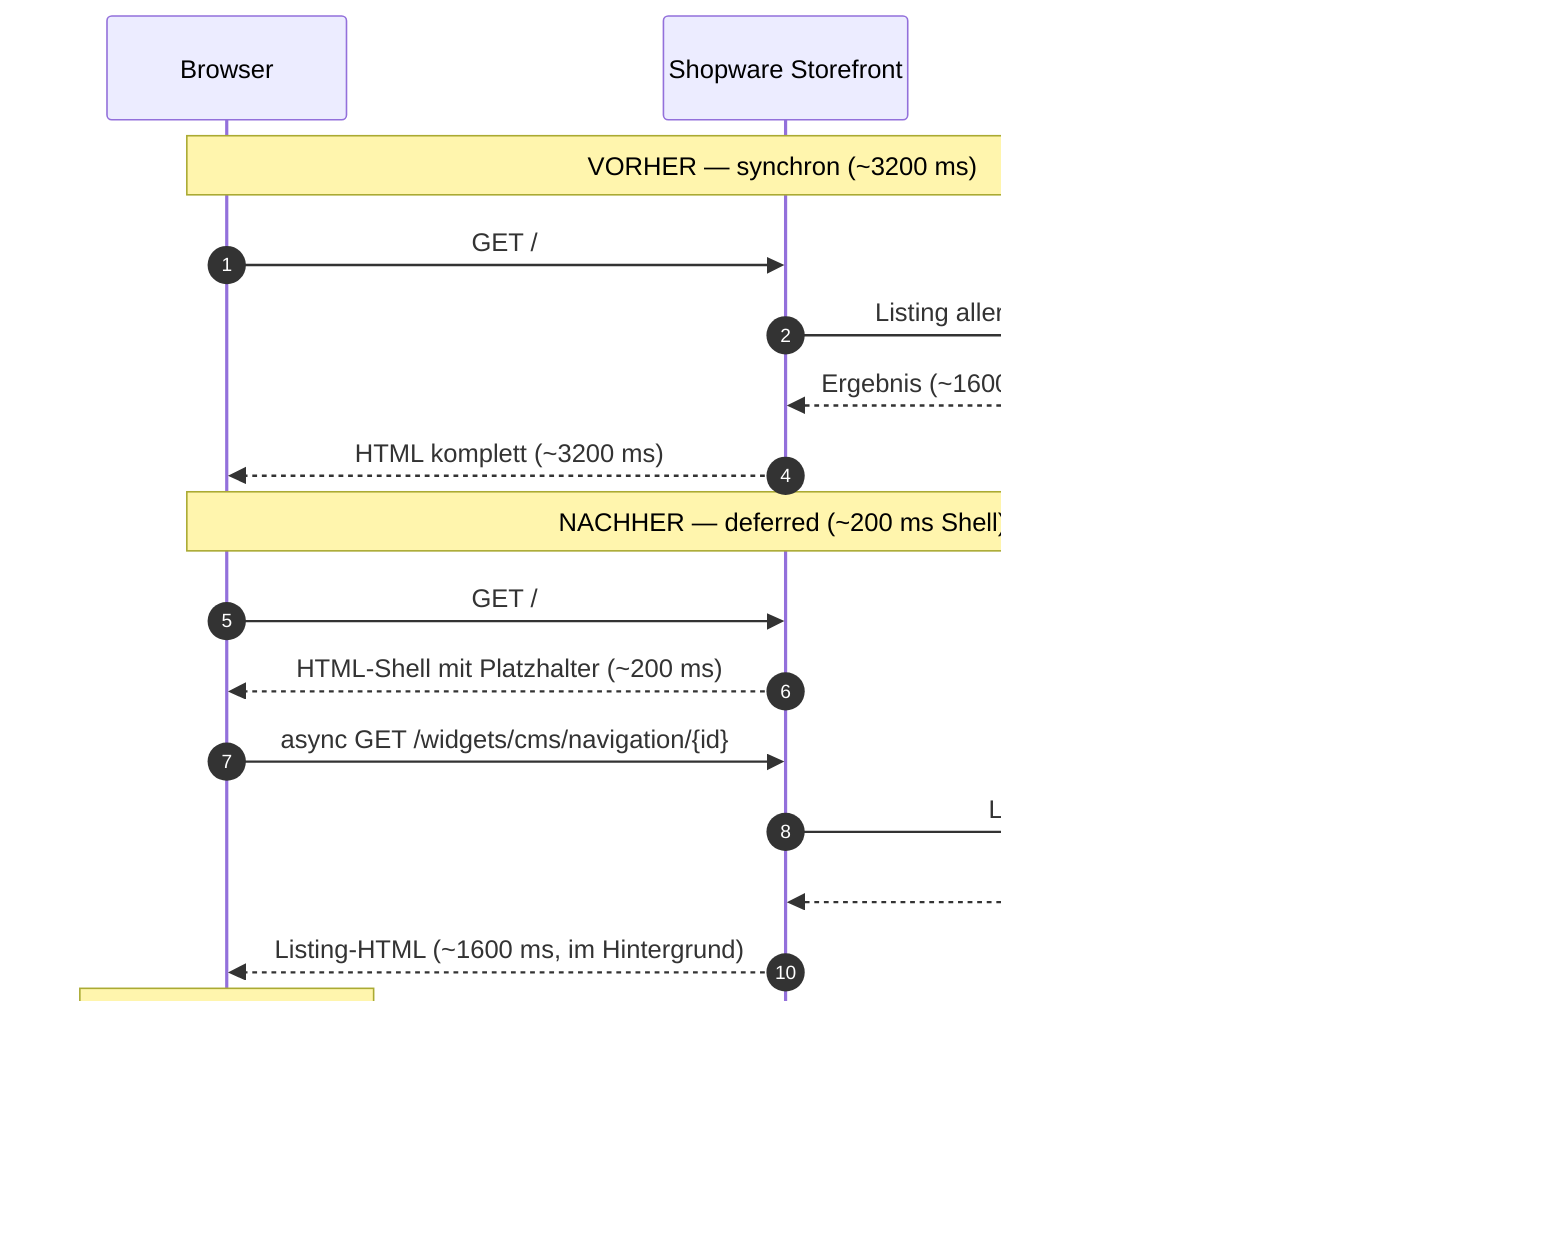
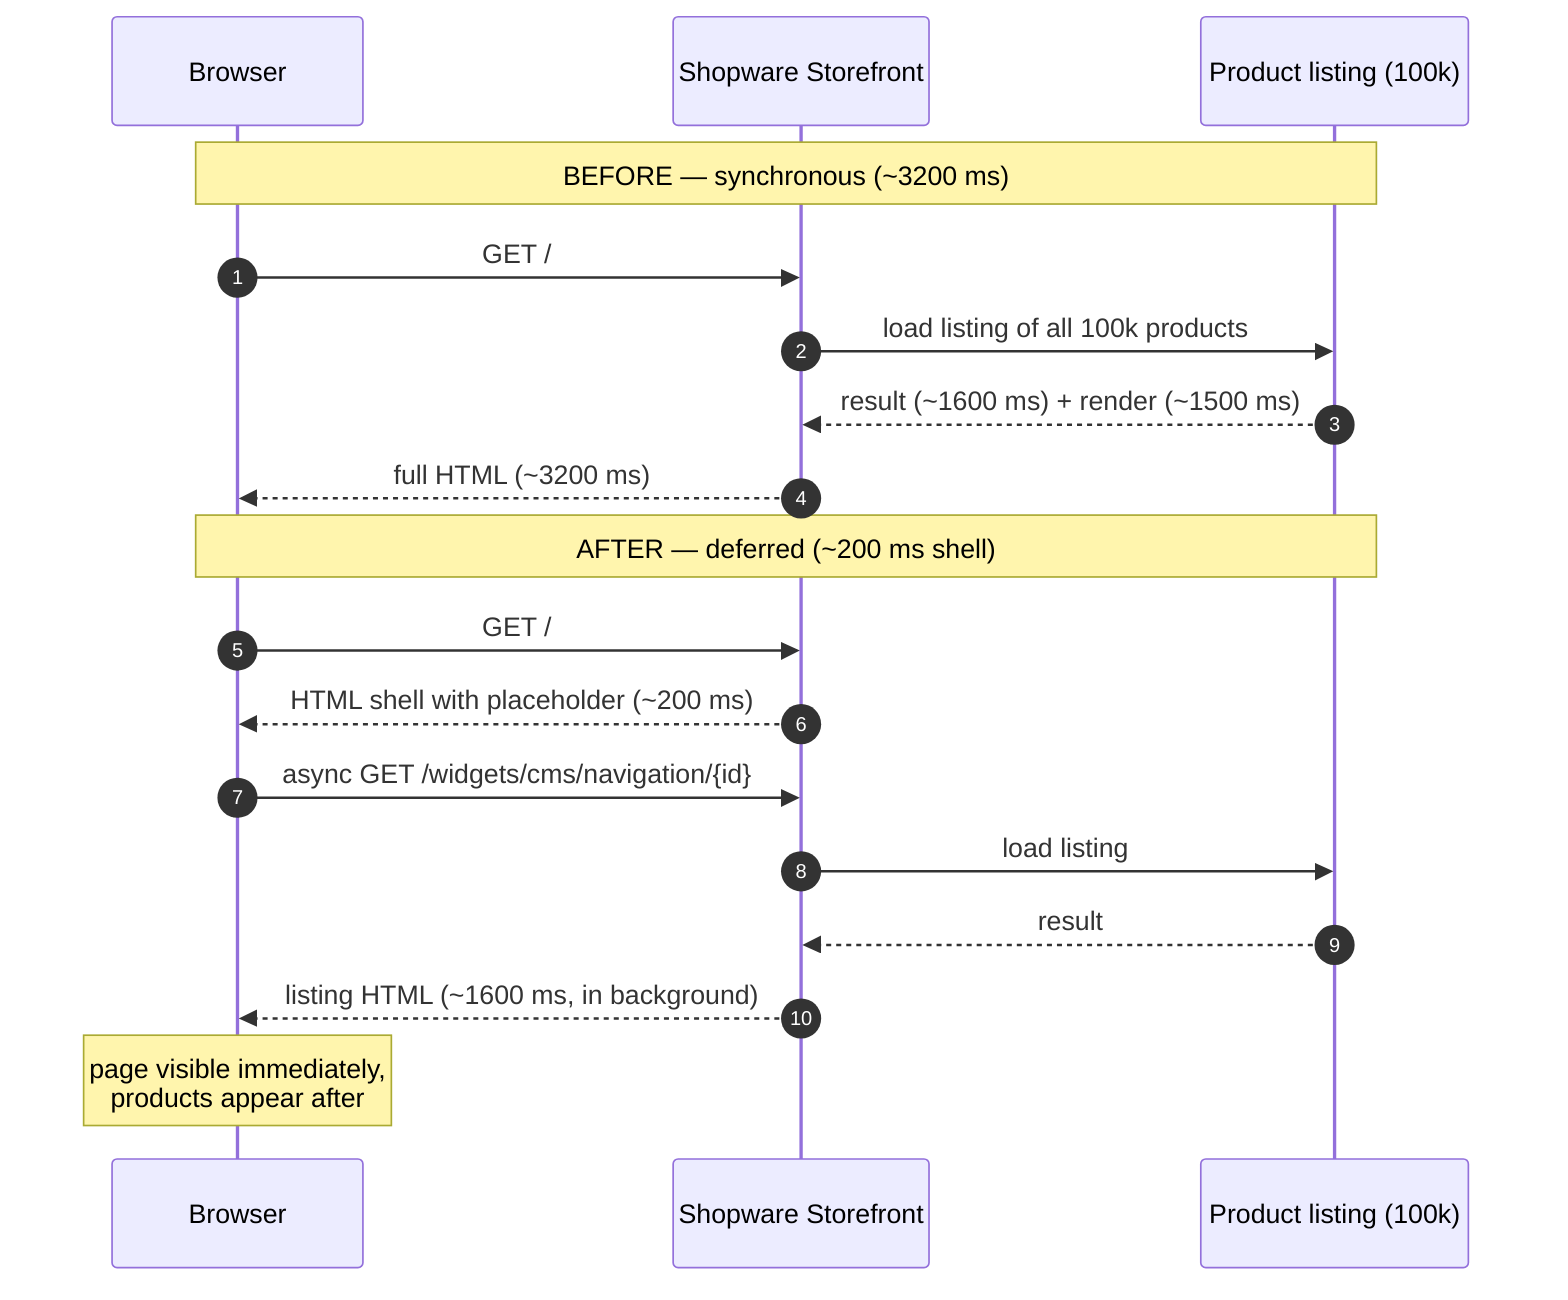
sequenceDiagram
    autonumber
    participant B as Browser
    participant S as Shopware Storefront
-     participant L as Produkt-Listing (100k)
+     participant L as Product listing (100k)

-     Note over B,L: VORHER — synchron (~3200 ms)
+     Note over B,L: BEFORE — synchronous (~3200 ms)
    B->>S: GET /
-     S->>L: Listing aller 100k Produkte laden
-     L-->>S: Ergebnis (~1600 ms) + Render (~1500 ms)
-     S-->>B: HTML komplett (~3200 ms)
+     S->>L: load listing of all 100k products
+     L-->>S: result (~1600 ms) + render (~1500 ms)
+     S-->>B: full HTML (~3200 ms)

-     Note over B,L: NACHHER — deferred (~200 ms Shell)
+     Note over B,L: AFTER — deferred (~200 ms shell)
    B->>S: GET /
-     S-->>B: HTML-Shell mit Platzhalter (~200 ms)
+     S-->>B: HTML shell with placeholder (~200 ms)
    B->>S: async GET /widgets/cms/navigation/{id}
-     S->>L: Listing laden
-     L-->>S: Ergebnis
-     S-->>B: Listing-HTML (~1600 ms, im Hintergrund)
-     Note over B: Seite sofort sichtbar,<br/>Produkte erscheinen nach
+     S->>L: load listing
+     L-->>S: result
+     S-->>B: listing HTML (~1600 ms, in background)
+     Note over B: page visible immediately,<br/>products appear after
